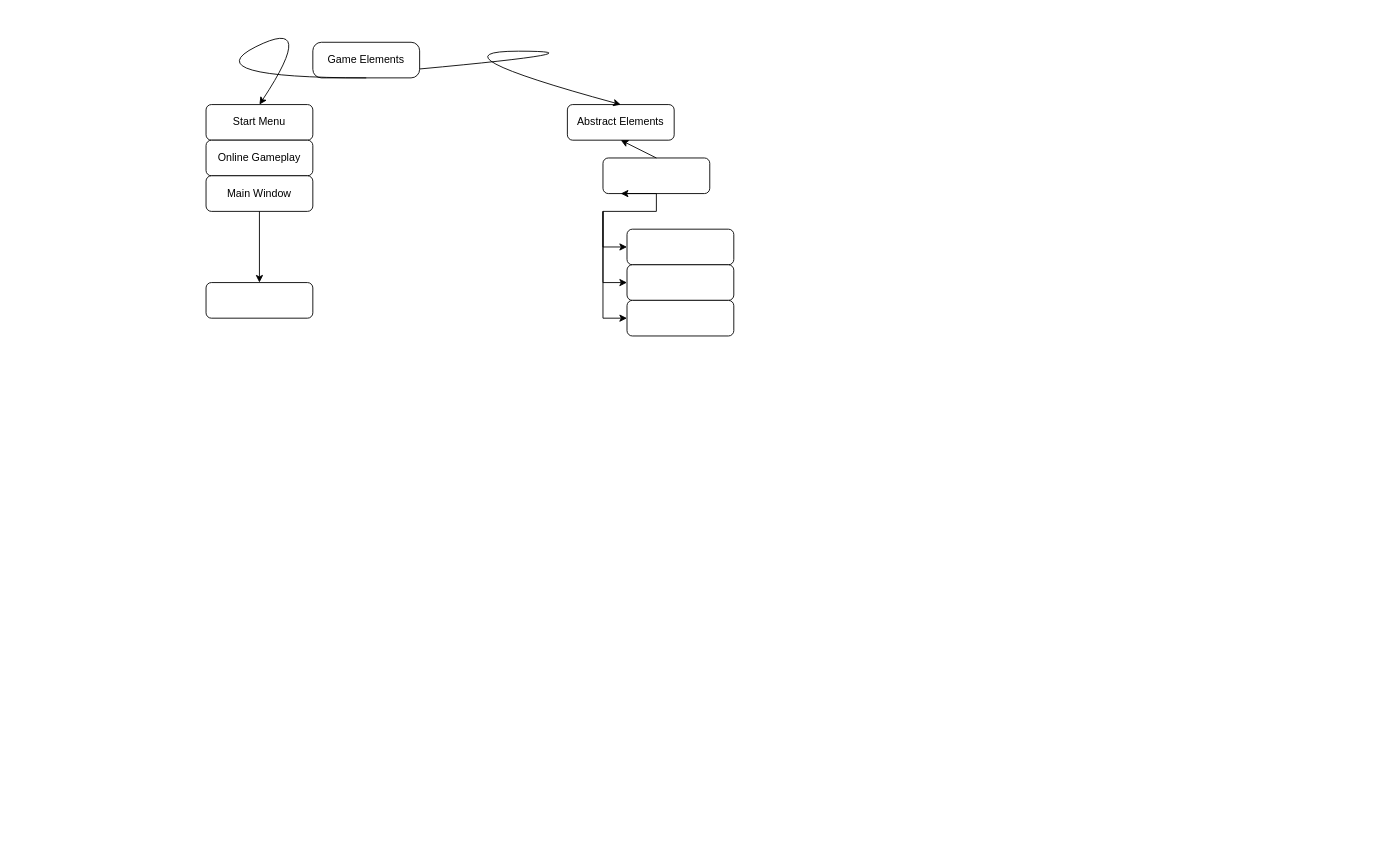
Above: Untitled Diagram.drawio in Nemijt03/Dnd-Simulator (draw.io), before the change. Source tidied: cells renumbered, new cells numbered last; positions are measured from the earlier drawing's top-left corner, leaving out a move shared by most shapes. Both pictures are drawn from the tidied source at 89%, with x=0, y=0 at pixel (193, 15).
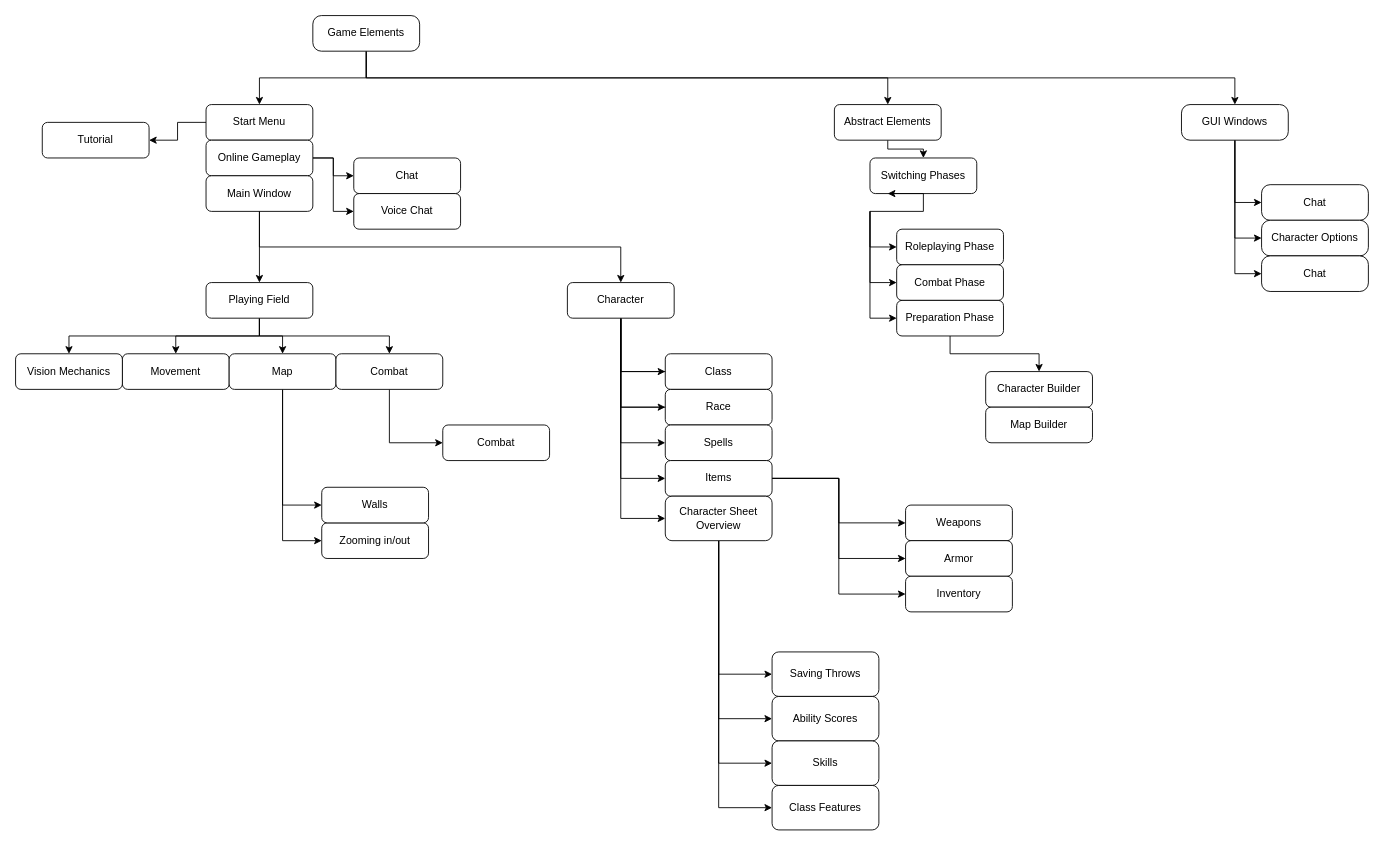
The same diagram, later.

The change refers to these unchanged cells:
```xml
<mxCell id="3" value="Start Menu" style="rounded=1;whiteSpace=wrap;html=1;" parent="1" vertex="1">
  <mxGeometry x="14" y="100" width="120" height="40" as="geometry" />
</mxCell>
<mxCell id="4" value="Online Gameplay" style="rounded=1;whiteSpace=wrap;html=1;" parent="1" vertex="1">
  <mxGeometry x="14" y="140" width="120" height="40" as="geometry" />
</mxCell>
<mxCell id="5" value="Main Window" style="rounded=1;whiteSpace=wrap;html=1;" parent="1" vertex="1">
  <mxGeometry x="14" y="180" width="120" height="40" as="geometry" />
</mxCell>
```

Diff of the diagram source:
```diff
@@
+    <mxCell id="20" style="edgeStyle=orthogonalEdgeStyle;rounded=0;jettySize=auto;html=1;entryX=0.5;entryY=0;entryDx=0;entryDy=0;" parent="1" edge="1" source="2" target="3">
+      <mxGeometry relative="1" as="geometry" />
+    </mxCell>
+    <mxCell id="8" style="edgeStyle=orthogonalEdgeStyle;rounded=0;jettySize=auto;html=1;exitX=0.5;exitY=1;exitDx=0;exitDy=0;" parent="1" edge="1" source="2" target="7">
+      <mxGeometry relative="1" as="geometry" />
+    </mxCell>
+    <mxCell id="21" style="edgeStyle=orthogonalEdgeStyle;rounded=0;jettySize=auto;html=1;entryX=0.5;entryY=0;entryDx=0;entryDy=0;exitX=0.5;exitY=1;exitDx=0;exitDy=0;" parent="1" edge="1" source="2" target="80">
+      <mxGeometry relative="1" as="geometry" />
+    </mxCell>
     <mxCell id="2" value="Game Elements" style="rounded=1;whiteSpace=wrap;html=1;arcSize=24;" parent="1" vertex="1">
-      <mxGeometry x="134" y="30" width="120" height="40" as="geometry" />
+      <mxGeometry x="134" width="120" height="40" as="geometry" />
     </mxCell>
+    <mxCell id="22" style="edgeStyle=orthogonalEdgeStyle;rounded=0;jettySize=auto;html=1;exitX=0;exitY=0.5;exitDx=0;exitDy=0;" parent="1" edge="1" source="3" target="32">
+      <mxGeometry relative="1" as="geometry" />
+    </mxCell>
@@
+    <mxCell id="23" style="edgeStyle=orthogonalEdgeStyle;rounded=0;jettySize=auto;html=1;exitX=1;exitY=0.5;exitDx=0;exitDy=0;entryX=0;entryY=0.5;entryDx=0;entryDy=0;" parent="1" edge="1" source="4" target="34">
+      <mxGeometry relative="1" as="geometry" />
+    </mxCell>
+    <mxCell id="24" style="edgeStyle=orthogonalEdgeStyle;rounded=0;jettySize=auto;html=1;exitX=1;exitY=0.5;exitDx=0;exitDy=0;entryX=0;entryY=0.5;entryDx=0;entryDy=0;" parent="1" edge="1" source="4" target="35">
+      <mxGeometry relative="1" as="geometry" />
+    </mxCell>
@@
+    <mxCell id="25" style="edgeStyle=orthogonalEdgeStyle;rounded=0;jettySize=auto;html=1;exitX=0.5;exitY=1;exitDx=0;exitDy=0;" parent="1" edge="1" source="5" target="54">
+      <mxGeometry relative="1" as="geometry" />
+    </mxCell>
@@
-    <mxCell id="6" style="curved=1;endArrow=classic;html=1;rounded=0;entryX=0.5;entryY=0;entryDx=0;entryDy=0;" parent="1" edge="1" target="3">
-      <mxGeometry relative="1" as="geometry">
-        <mxPoint x="194" y="70" as="sourcePoint" />
-        <Array as="points">
-          <mxPoint y="70" />
-          <mxPoint x="140" />
-        </Array>
-      </mxGeometry>
-    </mxCell>
+    <mxCell id="26" style="edgeStyle=orthogonalEdgeStyle;rounded=0;jettySize=auto;html=1;exitX=0.5;exitY=1;exitDx=0;exitDy=0;entryX=0.5;entryY=0;entryDx=0;entryDy=0;" parent="1" edge="1" source="7" target="12">
+      <mxGeometry relative="1" as="geometry">
+        <Array as="points">
+          <mxPoint x="780" y="150" />
+          <mxPoint x="820" y="150" />
+        </Array>
+      </mxGeometry>
+    </mxCell>
     <mxCell id="7" value="Abstract Elements" style="rounded=1;whiteSpace=wrap;html=1;" parent="1" vertex="1">
-      <mxGeometry x="420" y="100" width="120" height="40" as="geometry" />
+      <mxGeometry x="720" y="100" width="120" height="40" as="geometry" />
     </mxCell>
-    <mxCell id="8" style="curved=1;endArrow=classic;html=1;rounded=0;entryX=0.5;entryY=0;entryDx=0;entryDy=0;exitX=1;exitY=0.75;exitDx=0;exitDy=0;" parent="1" edge="1" source="2" target="7">
-      <mxGeometry relative="1" as="geometry">
-        <Array as="points">
-          <mxPoint x="470" y="40" />
-          <mxPoint x="260" y="40" />
-        </Array>
-      </mxGeometry>
-    </mxCell>
-    <mxCell id="9" style="rounded=1;whiteSpace=wrap;html=1;" parent="1" vertex="1">
-      <mxGeometry x="487" y="240" width="120" height="40" as="geometry" />
+    <mxCell id="9" value="Roleplaying Phase&lt;br&gt;" style="rounded=1;whiteSpace=wrap;html=1;" parent="1" vertex="1">
+      <mxGeometry x="790" y="240" width="120" height="40" as="geometry" />
     </mxCell>
-    <mxCell id="10" style="rounded=1;whiteSpace=wrap;html=1;" parent="1" vertex="1">
-      <mxGeometry x="487" y="280" width="120" height="40" as="geometry" />
+    <mxCell id="10" value="Combat Phase" style="rounded=1;whiteSpace=wrap;html=1;" parent="1" vertex="1">
+      <mxGeometry x="790" y="280" width="120" height="40" as="geometry" />
     </mxCell>
+    <mxCell id="27" style="edgeStyle=orthogonalEdgeStyle;rounded=0;jettySize=auto;html=1;exitX=0.5;exitY=1;exitDx=0;exitDy=0;" parent="1" edge="1" source="11" target="37">
+      <mxGeometry relative="1" as="geometry" />
+    </mxCell>
-    <mxCell id="11" style="rounded=1;whiteSpace=wrap;html=1;" parent="1" vertex="1">
-      <mxGeometry x="487" y="320" width="120" height="40" as="geometry" />
+    <mxCell id="11" value="Preparation Phase" style="rounded=1;whiteSpace=wrap;html=1;" parent="1" vertex="1">
+      <mxGeometry x="790" y="320" width="120" height="40" as="geometry" />
     </mxCell>
-    <mxCell id="12" style="rounded=1;whiteSpace=wrap;html=1;" parent="1" vertex="1">
-      <mxGeometry x="460" y="160" width="120" height="40" as="geometry" />
+    <mxCell id="12" value="Switching Phases" style="rounded=1;whiteSpace=wrap;html=1;" parent="1" vertex="1">
+      <mxGeometry x="760" y="160" width="120" height="40" as="geometry" />
     </mxCell>
     <mxCell id="13" style="endArrow=classic;html=1;rounded=0;exitX=0.5;exitY=1;exitDx=0;exitDy=0;" parent="1" edge="1" source="12">
       <mxGeometry relative="1" as="geometry">
-        <mxPoint x="480" y="200" as="targetPoint" />
+        <mxPoint x="780" y="200" as="targetPoint" />
       </mxGeometry>
     </mxCell>
-    <mxCell id="14" style="endArrow=classic;html=1;rounded=0;" parent="1" edge="1">
-      <mxGeometry relative="1" as="geometry">
-        <mxPoint x="520" y="160" as="sourcePoint" />
-        <mxPoint x="480" y="140" as="targetPoint" />
-        <Array as="points">
-          <mxPoint x="520" y="160" />
-        </Array>
-      </mxGeometry>
-    </mxCell>
     <mxCell id="15" style="endArrow=classic;html=1;rounded=0;exitX=0.5;exitY=1;exitDx=0;exitDy=0;entryX=0;entryY=0.5;entryDx=0;entryDy=0;" parent="1" edge="1" source="12" target="9">
       <mxGeometry relative="1" as="geometry">
         <Array as="points">
-          <mxPoint x="520" y="220" />
-          <mxPoint x="460" y="220" />
-          <mxPoint x="460" y="260" />
+          <mxPoint x="820" y="220" />
+          <mxPoint x="760" y="220" />
+          <mxPoint x="760" y="260" />
         </Array>
       </mxGeometry>
     </mxCell>
     <mxCell id="16" style="endArrow=classic;html=1;rounded=0;entryX=0;entryY=0.5;entryDx=0;entryDy=0;" parent="1" edge="1" target="11">
       <mxGeometry relative="1" as="geometry">
-        <mxPoint x="460" y="220" as="sourcePoint" />
+        <mxPoint x="760" y="220" as="sourcePoint" />
         <Array as="points">
-          <mxPoint x="460" y="340" />
+          <mxPoint x="760" y="340" />
         </Array>
       </mxGeometry>
     </mxCell>
     <mxCell id="17" style="endArrow=classic;html=1;rounded=0;entryX=0;entryY=0.5;entryDx=0;entryDy=0;" parent="1" edge="1" target="10">
       <mxGeometry relative="1" as="geometry">
-        <mxPoint x="460" y="220" as="sourcePoint" />
+        <mxPoint x="760" y="220" as="sourcePoint" />
         <Array as="points">
-          <mxPoint x="460" y="300" />
+          <mxPoint x="760" y="300" />
         </Array>
       </mxGeometry>
     </mxCell>
@@
+    <mxCell id="28" style="edgeStyle=orthogonalEdgeStyle;rounded=0;jettySize=auto;html=1;exitX=0.5;exitY=1;exitDx=0;exitDy=0;" parent="1" edge="1" source="19" target="39">
+      <mxGeometry relative="1" as="geometry" />
+    </mxCell>
+    <mxCell id="29" style="edgeStyle=orthogonalEdgeStyle;rounded=0;jettySize=auto;html=1;exitX=0.5;exitY=1;exitDx=0;exitDy=0;" parent="1" edge="1" source="19" target="42">
+      <mxGeometry relative="1" as="geometry" />
+    </mxCell>
+    <mxCell id="30" style="edgeStyle=orthogonalEdgeStyle;rounded=0;jettySize=auto;html=1;exitX=0.5;exitY=1;exitDx=0;exitDy=0;" parent="1" edge="1" source="19" target="44">
+      <mxGeometry relative="1" as="geometry" />
+    </mxCell>
+    <mxCell id="31" style="edgeStyle=orthogonalEdgeStyle;rounded=0;jettySize=auto;html=1;exitX=0.5;exitY=1;exitDx=0;exitDy=0;" parent="1" edge="1" source="19" target="45">
+      <mxGeometry relative="1" as="geometry" />
+    </mxCell>
-    <mxCell id="19" style="rounded=1;whiteSpace=wrap;html=1;" parent="1" vertex="1">
+    <mxCell id="19" value="Playing Field" style="rounded=1;whiteSpace=wrap;html=1;" parent="1" vertex="1">
       <mxGeometry x="14" y="300" width="120" height="40" as="geometry" />
     </mxCell>
+    <mxCell id="32" value="Tutorial" style="rounded=1;whiteSpace=wrap;html=1;" parent="1" vertex="1">
+      <mxGeometry x="-170" y="120" width="120" height="40" as="geometry" />
+    </mxCell>
+    <mxCell id="33" style="edgeStyle=orthogonalEdgeStyle;rounded=0;jettySize=auto;html=1;" parent="1" edge="1" source="34" target="35">
+      <mxGeometry relative="1" as="geometry" />
+    </mxCell>
+    <mxCell id="34" value="Chat" style="rounded=1;whiteSpace=wrap;html=1;" parent="1" vertex="1">
+      <mxGeometry x="180" y="160" width="120" height="40" as="geometry" />
+    </mxCell>
+    <mxCell id="35" value="Voice Chat" style="rounded=1;whiteSpace=wrap;html=1;" parent="1" vertex="1">
+      <mxGeometry x="180" y="200" width="120" height="40" as="geometry" />
+    </mxCell>
+    <mxCell id="36" style="edgeStyle=orthogonalEdgeStyle;rounded=0;jettySize=auto;html=1;exitX=0.5;exitY=1;exitDx=0;exitDy=0;" parent="1" edge="1" source="37" target="38">
+      <mxGeometry relative="1" as="geometry" />
+    </mxCell>
+    <mxCell id="37" value="Character Builder" style="rounded=1;whiteSpace=wrap;html=1;" parent="1" vertex="1">
+      <mxGeometry x="890" y="400" width="120" height="40" as="geometry" />
+    </mxCell>
+    <mxCell id="38" value="Map Builder" style="rounded=1;whiteSpace=wrap;html=1;" parent="1" vertex="1">
+      <mxGeometry x="890" y="440" width="120" height="40" as="geometry" />
+    </mxCell>
+    <mxCell id="39" value="Movement" style="rounded=1;whiteSpace=wrap;html=1;" parent="1" vertex="1">
+      <mxGeometry x="-80" y="380" width="120" height="40" as="geometry" />
+    </mxCell>
+    <mxCell id="40" style="edgeStyle=orthogonalEdgeStyle;rounded=0;jettySize=auto;html=1;exitX=0.5;exitY=1;exitDx=0;exitDy=0;entryX=0;entryY=0.5;entryDx=0;entryDy=0;" parent="1" edge="1" source="42" target="46">
+      <mxGeometry relative="1" as="geometry" />
+    </mxCell>
+    <mxCell id="41" style="edgeStyle=orthogonalEdgeStyle;rounded=0;jettySize=auto;html=1;entryX=0;entryY=0.5;entryDx=0;entryDy=0;" parent="1" edge="1" source="42" target="75">
+      <mxGeometry relative="1" as="geometry" />
+    </mxCell>
+    <mxCell id="42" value="Map" style="rounded=1;whiteSpace=wrap;html=1;" parent="1" vertex="1">
+      <mxGeometry x="40" y="380" width="120" height="40" as="geometry" />
+    </mxCell>
+    <mxCell id="43" style="edgeStyle=orthogonalEdgeStyle;rounded=0;jettySize=auto;html=1;entryX=0;entryY=0.5;entryDx=0;entryDy=0;" parent="1" edge="1" source="44" target="76">
+      <mxGeometry relative="1" as="geometry" />
+    </mxCell>
+    <mxCell id="44" value="Combat" style="rounded=1;whiteSpace=wrap;html=1;" parent="1" vertex="1">
+      <mxGeometry x="160" y="380" width="120" height="40" as="geometry" />
+    </mxCell>
+    <mxCell id="45" value="Vision Mechanics" style="rounded=1;whiteSpace=wrap;html=1;" parent="1" vertex="1">
+      <mxGeometry x="-200" y="380" width="120" height="40" as="geometry" />
+    </mxCell>
+    <mxCell id="46" value="Zooming in/out" style="rounded=1;whiteSpace=wrap;html=1;" parent="1" vertex="1">
+      <mxGeometry x="144" y="570" width="120" height="40" as="geometry" />
+    </mxCell>
+    <mxCell id="47" style="edgeStyle=orthogonalEdgeStyle;rounded=0;jettySize=auto;html=1;" parent="1" edge="1" source="54" target="55">
+      <mxGeometry relative="1" as="geometry">
+        <Array as="points">
+          <mxPoint x="480" y="400" />
+        </Array>
+      </mxGeometry>
+    </mxCell>
+    <mxCell id="48" style="edgeStyle=orthogonalEdgeStyle;rounded=0;jettySize=auto;html=1;entryX=0;entryY=0.5;entryDx=0;entryDy=0;" parent="1" edge="1" source="54" target="56">
+      <mxGeometry relative="1" as="geometry" />
+    </mxCell>
+    <mxCell id="49" style="edgeStyle=orthogonalEdgeStyle;rounded=0;jettySize=auto;html=1;" parent="1" edge="1" source="54" target="57">
+      <mxGeometry relative="1" as="geometry" />
+    </mxCell>
+    <mxCell id="50" style="edgeStyle=orthogonalEdgeStyle;rounded=0;jettySize=auto;html=1;exitX=0.5;exitY=1;exitDx=0;exitDy=0;entryX=0;entryY=0.5;entryDx=0;entryDy=0;" parent="1" edge="1" source="54" target="57">
+      <mxGeometry relative="1" as="geometry" />
+    </mxCell>
+    <mxCell id="51" style="edgeStyle=orthogonalEdgeStyle;rounded=0;jettySize=auto;html=1;exitX=0.5;exitY=1;exitDx=0;exitDy=0;entryX=0;entryY=0.5;entryDx=0;entryDy=0;" parent="1" edge="1" source="54" target="61">
+      <mxGeometry relative="1" as="geometry" />
+    </mxCell>
+    <mxCell id="52" style="edgeStyle=orthogonalEdgeStyle;rounded=0;jettySize=auto;html=1;exitX=0.5;exitY=1;exitDx=0;exitDy=0;" parent="1" edge="1" source="54" target="69">
+      <mxGeometry relative="1" as="geometry" />
+    </mxCell>
+    <mxCell id="53" style="edgeStyle=orthogonalEdgeStyle;rounded=0;jettySize=auto;html=1;exitX=0.5;exitY=1;exitDx=0;exitDy=0;entryX=0;entryY=0.5;entryDx=0;entryDy=0;" parent="1" edge="1" source="54" target="69">
+      <mxGeometry relative="1" as="geometry" />
+    </mxCell>
+    <mxCell id="54" value="Character" style="rounded=1;whiteSpace=wrap;html=1;" parent="1" vertex="1">
+      <mxGeometry x="420" y="300" width="120" height="40" as="geometry" />
+    </mxCell>
+    <mxCell id="55" value="Class" style="rounded=1;whiteSpace=wrap;html=1;" parent="1" vertex="1">
+      <mxGeometry x="530" y="380" width="120" height="40" as="geometry" />
+    </mxCell>
+    <mxCell id="56" value="Race" style="rounded=1;whiteSpace=wrap;html=1;" parent="1" vertex="1">
+      <mxGeometry x="530" y="420" width="120" height="40" as="geometry" />
+    </mxCell>
+    <mxCell id="57" value="Spells" style="rounded=1;whiteSpace=wrap;html=1;" parent="1" vertex="1">
+      <mxGeometry x="530" y="460" width="120" height="40" as="geometry" />
+    </mxCell>
+    <mxCell id="58" style="edgeStyle=orthogonalEdgeStyle;rounded=0;jettySize=auto;html=1;exitX=1;exitY=0.5;exitDx=0;exitDy=0;entryX=0;entryY=0.5;entryDx=0;entryDy=0;" parent="1" edge="1" source="61" target="62">
+      <mxGeometry relative="1" as="geometry" />
+    </mxCell>
+    <mxCell id="59" style="edgeStyle=orthogonalEdgeStyle;rounded=0;jettySize=auto;html=1;exitX=1;exitY=0.5;exitDx=0;exitDy=0;entryX=0;entryY=0.5;entryDx=0;entryDy=0;" parent="1" edge="1" source="61" target="63">
+      <mxGeometry relative="1" as="geometry" />
+    </mxCell>
+    <mxCell id="60" style="edgeStyle=orthogonalEdgeStyle;rounded=0;jettySize=auto;html=1;exitX=1;exitY=0.5;exitDx=0;exitDy=0;entryX=0;entryY=0.5;entryDx=0;entryDy=0;" parent="1" edge="1" source="61" target="64">
+      <mxGeometry relative="1" as="geometry" />
+    </mxCell>
+    <mxCell id="61" value="Items" style="rounded=1;whiteSpace=wrap;html=1;" parent="1" vertex="1">
+      <mxGeometry x="530" y="500" width="120" height="40" as="geometry" />
+    </mxCell>
+    <mxCell id="62" value="Weapons" style="rounded=1;whiteSpace=wrap;html=1;" parent="1" vertex="1">
+      <mxGeometry x="800" y="550" width="120" height="40" as="geometry" />
+    </mxCell>
+    <mxCell id="63" value="Armor" style="rounded=1;whiteSpace=wrap;html=1;" parent="1" vertex="1">
+      <mxGeometry x="800" y="590" width="120" height="40" as="geometry" />
+    </mxCell>
+    <mxCell id="64" value="Inventory" style="rounded=1;whiteSpace=wrap;html=1;" parent="1" vertex="1">
+      <mxGeometry x="800" y="630" width="120" height="40" as="geometry" />
+    </mxCell>
+    <mxCell id="65" style="edgeStyle=orthogonalEdgeStyle;rounded=0;jettySize=auto;html=1;entryX=0;entryY=0.5;entryDx=0;entryDy=0;" parent="1" edge="1" source="69" target="71">
+      <mxGeometry relative="1" as="geometry" />
+    </mxCell>
+    <mxCell id="66" style="edgeStyle=orthogonalEdgeStyle;rounded=0;jettySize=auto;html=1;exitX=0.5;exitY=1;exitDx=0;exitDy=0;entryX=0;entryY=0.5;entryDx=0;entryDy=0;" parent="1" edge="1" source="69" target="72">
+      <mxGeometry relative="1" as="geometry" />
+    </mxCell>
+    <mxCell id="67" style="edgeStyle=orthogonalEdgeStyle;rounded=0;jettySize=auto;html=1;exitX=0.5;exitY=1;exitDx=0;exitDy=0;entryX=0;entryY=0.5;entryDx=0;entryDy=0;" parent="1" edge="1" source="69" target="73">
+      <mxGeometry relative="1" as="geometry" />
+    </mxCell>
+    <mxCell id="68" style="edgeStyle=orthogonalEdgeStyle;rounded=0;jettySize=auto;html=1;exitX=0.5;exitY=1;exitDx=0;exitDy=0;entryX=0;entryY=0.5;entryDx=0;entryDy=0;" parent="1" edge="1" source="69" target="74">
+      <mxGeometry relative="1" as="geometry" />
+    </mxCell>
+    <mxCell id="69" value="Character Sheet Overview" style="rounded=1;whiteSpace=wrap;html=1;" parent="1" vertex="1">
+      <mxGeometry x="530" y="540" width="120" height="50" as="geometry" />
+    </mxCell>
+    <mxCell id="70" style="edgeStyle=orthogonalEdgeStyle;rounded=0;jettySize=auto;html=1;exitX=0.75;exitY=1;exitDx=0;exitDy=0;" parent="1" edge="1" source="71" target="74">
+      <mxGeometry relative="1" as="geometry" />
+    </mxCell>
+    <mxCell id="71" value="Saving Throws" style="rounded=1;whiteSpace=wrap;html=1;" parent="1" vertex="1">
+      <mxGeometry x="650" y="715" width="120" height="50" as="geometry" />
+    </mxCell>
+    <mxCell id="72" value="Ability Scores" style="rounded=1;whiteSpace=wrap;html=1;" parent="1" vertex="1">
+      <mxGeometry x="650" y="765" width="120" height="50" as="geometry" />
+    </mxCell>
+    <mxCell id="73" value="Skills" style="rounded=1;whiteSpace=wrap;html=1;" parent="1" vertex="1">
+      <mxGeometry x="650" y="815" width="120" height="50" as="geometry" />
+    </mxCell>
+    <mxCell id="74" value="Class Features" style="rounded=1;whiteSpace=wrap;html=1;" parent="1" vertex="1">
+      <mxGeometry x="650" y="865" width="120" height="50" as="geometry" />
+    </mxCell>
+    <mxCell id="75" value="Walls" style="rounded=1;whiteSpace=wrap;html=1;" parent="1" vertex="1">
+      <mxGeometry x="144" y="530" width="120" height="40" as="geometry" />
+    </mxCell>
+    <mxCell id="76" value="Combat" style="rounded=1;whiteSpace=wrap;html=1;" parent="1" vertex="1">
+      <mxGeometry x="280" y="460" width="120" height="40" as="geometry" />
+    </mxCell>
+    <mxCell id="77" style="edgeStyle=orthogonalEdgeStyle;rounded=0;jettySize=auto;html=1;entryX=0;entryY=0.5;entryDx=0;entryDy=0;" parent="1" edge="1" source="80" target="81">
+      <mxGeometry relative="1" as="geometry" />
+    </mxCell>
+    <mxCell id="78" style="edgeStyle=orthogonalEdgeStyle;rounded=0;jettySize=auto;html=1;entryX=0;entryY=0.5;entryDx=0;entryDy=0;" parent="1" edge="1" source="80" target="82">
+      <mxGeometry relative="1" as="geometry" />
+    </mxCell>
+    <mxCell id="79" style="edgeStyle=orthogonalEdgeStyle;rounded=0;jettySize=auto;html=1;entryX=0;entryY=0.5;entryDx=0;entryDy=0;" parent="1" edge="1" source="80" target="83">
+      <mxGeometry relative="1" as="geometry" />
+    </mxCell>
+    <mxCell id="80" value="GUI Windows" style="rounded=1;whiteSpace=wrap;html=1;arcSize=24;" parent="1" vertex="1">
+      <mxGeometry x="1110" y="100" width="120" height="40" as="geometry" />
+    </mxCell>
+    <mxCell id="81" value="Chat" style="rounded=1;whiteSpace=wrap;html=1;arcSize=24;" parent="1" vertex="1">
+      <mxGeometry x="1200" y="190" width="120" height="40" as="geometry" />
+    </mxCell>
+    <mxCell id="82" value="Character Options" style="rounded=1;whiteSpace=wrap;html=1;arcSize=24;" parent="1" vertex="1">
+      <mxGeometry x="1200" y="230" width="120" height="40" as="geometry" />
+    </mxCell>
+    <mxCell id="83" value="Chat" style="rounded=1;whiteSpace=wrap;html=1;arcSize=24;" parent="1" vertex="1">
+      <mxGeometry x="1200" y="270" width="120" height="40" as="geometry" />
+    </mxCell>
```
